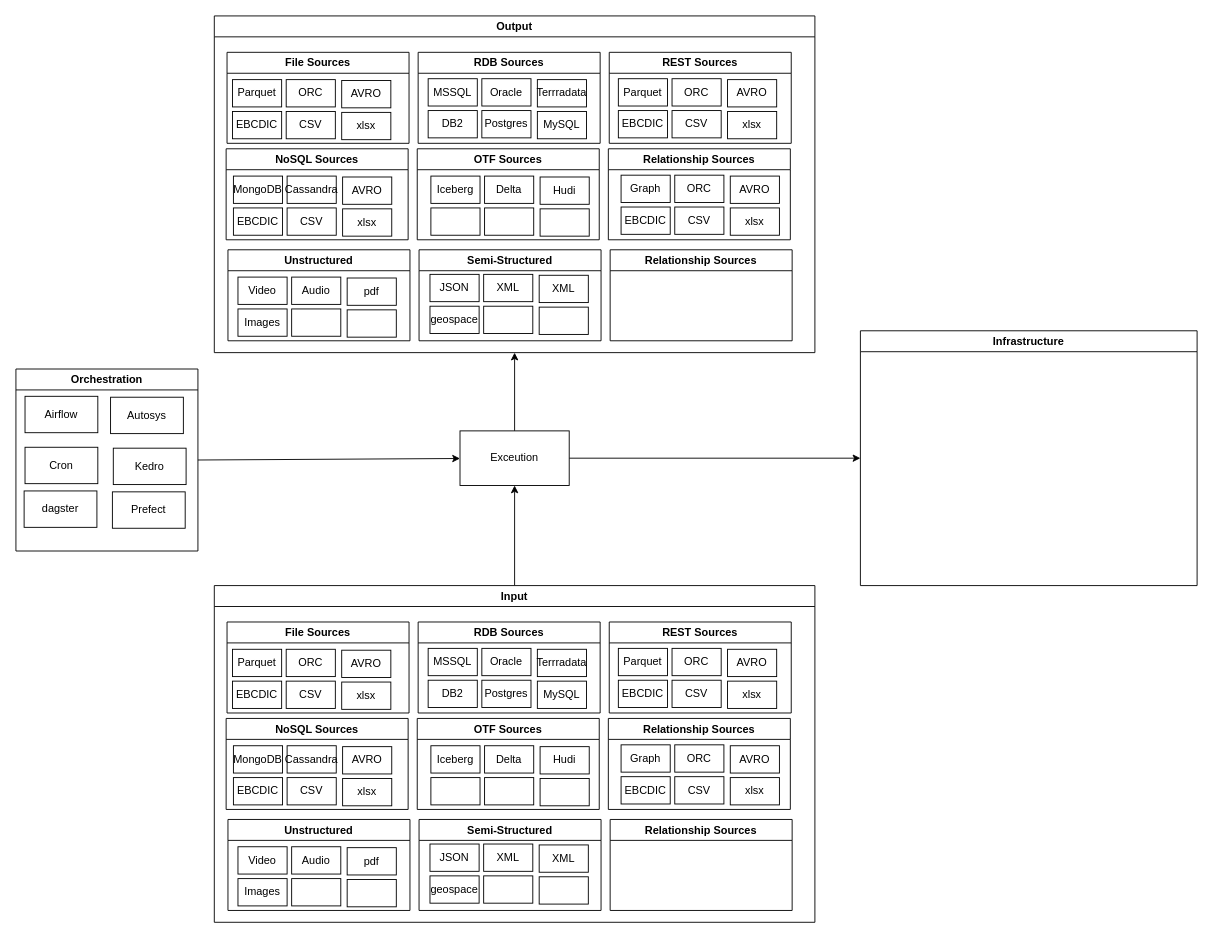
Earlier version of the draw.io diagram Working_mode_DE.drawio (abhinavofficial/bigdata-unified-execution). Source tidied: cells renumbered, new cells numbered last; positions are measured from the earlier drawing's top-left corner, leaving out a move shared by most shapes. Both pictures are drawn from the tidied source at 91%, with x=0, y=0 at pixel (15, 15).
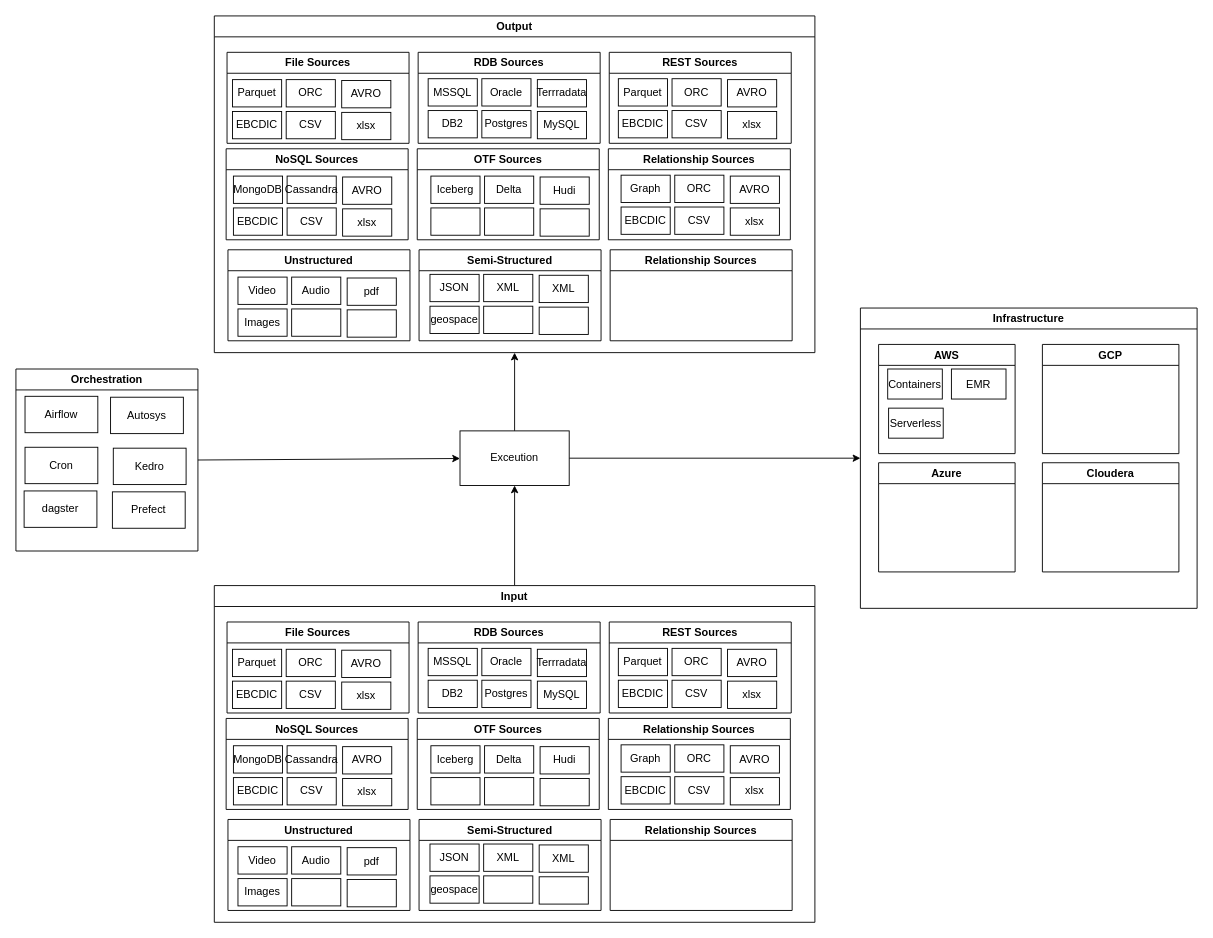
Above is the later version.

Change to the diagram source:
```diff
@@
     <mxCell id="133" value="Infrastructure" style="swimlane;whiteSpace=wrap;html=1;" parent="1" vertex="1">
-      <mxGeometry x="928" y="346" width="370" height="280" as="geometry" />
+      <mxGeometry x="928" y="321" width="370" height="330" as="geometry" />
     </mxCell>
+    <mxCell id="134" value="AWS" style="swimlane;whiteSpace=wrap;html=1;" parent="133" vertex="1">
+      <mxGeometry x="20" y="40" width="150" height="120" as="geometry" />
+    </mxCell>
+    <mxCell id="135" value="Containers" style="rounded=0;whiteSpace=wrap;html=1;" parent="134" vertex="1">
+      <mxGeometry x="10" y="27" width="60" height="33" as="geometry" />
+    </mxCell>
+    <mxCell id="136" value="EMR" style="rounded=0;whiteSpace=wrap;html=1;" parent="134" vertex="1">
+      <mxGeometry x="80" y="27" width="60" height="33" as="geometry" />
+    </mxCell>
+    <mxCell id="137" value="GCP" style="swimlane;whiteSpace=wrap;html=1;" parent="133" vertex="1">
+      <mxGeometry x="200" y="40" width="150" height="120" as="geometry" />
+    </mxCell>
+    <mxCell id="138" value="Azure" style="swimlane;whiteSpace=wrap;html=1;startSize=23;" parent="133" vertex="1">
+      <mxGeometry x="20" y="170" width="150" height="120" as="geometry" />
+    </mxCell>
+    <mxCell id="139" value="Cloudera" style="swimlane;whiteSpace=wrap;html=1;startSize=23;" parent="133" vertex="1">
+      <mxGeometry x="200" y="170" width="150" height="120" as="geometry" />
+    </mxCell>
+    <mxCell id="140" value="Serverless" style="rounded=0;whiteSpace=wrap;html=1;" parent="1" vertex="1">
+      <mxGeometry x="959" y="431" width="60" height="33" as="geometry" />
+    </mxCell>
```
